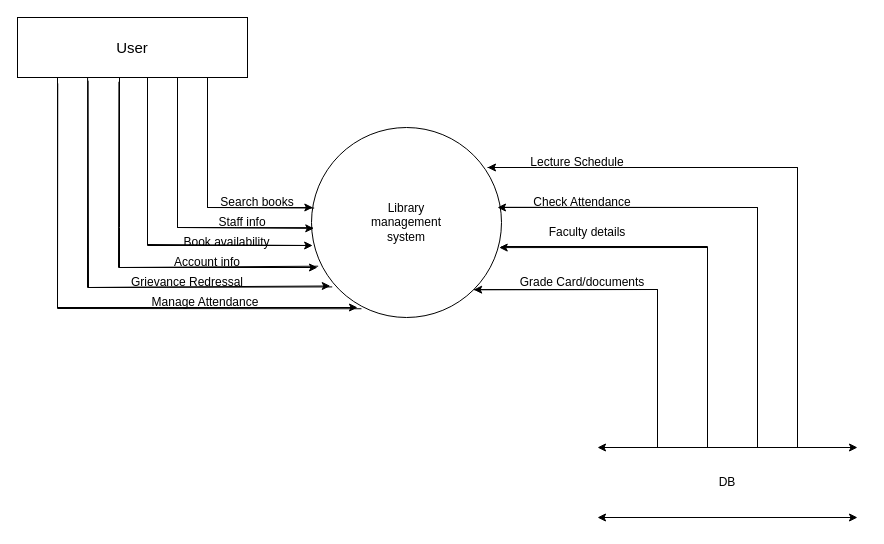
This is library_management_system.drawio from mdarslan7/sepm_lab_diagrams, a draw.io file, before an edit. Source tidied: cells renumbered, new cells numbered last; positions are measured from the earlier drawing's top-left corner, leaving out a move shared by most shapes. Both pictures are drawn from the tidied source at 100%, with x=0, y=0 at pixel (17, 17).
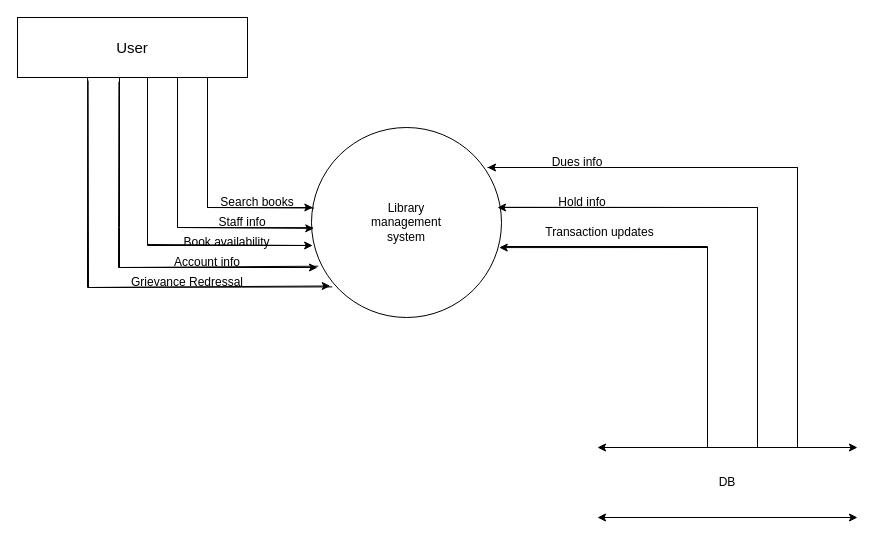
The same page after the edit.

The change refers to these unchanged cells:
```xml
<mxCell id="2" style="ellipse;whiteSpace=wrap;html=1;" parent="1" vertex="1">
  <mxGeometry x="294" y="110" width="190" height="190" as="geometry" />
</mxCell>
<mxCell id="4" value="&lt;font style=&quot;font-size: 15px;&quot;&gt;User&lt;/font&gt;" style="rounded=0;whiteSpace=wrap;html=1;" parent="1" vertex="1">
  <mxGeometry width="230" height="60" as="geometry" />
</mxCell>
```

What changed in the source:
```diff
@@
-    <mxCell id="11" style="endArrow=none;html=1;rounded=0;exitX=0.263;exitY=0.954;exitDx=0;exitDy=0;exitPerimeter=0;" parent="1" edge="1" source="2">
-      <mxGeometry relative="1" as="geometry">
-        <mxPoint x="40" y="60" as="targetPoint" />
-        <Array as="points">
-          <mxPoint x="40" y="291" />
-        </Array>
-      </mxGeometry>
-    </mxCell>
@@
-    <mxCell id="15" style="endArrow=none;html=1;rounded=0;entryX=1;entryY=1;entryDx=0;entryDy=0;" parent="1" edge="1" target="2">
-      <mxGeometry relative="1" as="geometry">
-        <mxPoint x="640" y="430" as="sourcePoint" />
-        <Array as="points">
-          <mxPoint x="640" y="272" />
-        </Array>
-      </mxGeometry>
-    </mxCell>
@@
-    <mxCell id="24" style="endArrow=classic;html=1;rounded=0;exitX=0.175;exitY=1.098;exitDx=0;exitDy=0;exitPerimeter=0;" parent="1" edge="1" source="4">
-      <mxGeometry relative="1" as="geometry">
-        <mxPoint x="340" y="290" as="targetPoint" />
-        <Array as="points">
-          <mxPoint x="40" y="290" />
-        </Array>
-      </mxGeometry>
-    </mxCell>
-    <mxCell id="25" style="endArrow=classic;html=1;rounded=0;entryX=1;entryY=1;entryDx=0;entryDy=0;" parent="1" edge="1" target="2">
-      <mxGeometry relative="1" as="geometry">
-        <mxPoint x="640" y="430" as="sourcePoint" />
-        <Array as="points">
-          <mxPoint x="640" y="272" />
-        </Array>
-      </mxGeometry>
-    </mxCell>
@@
-    <mxCell id="34" value="Manage Attendance" style="text;html=1;align=center;verticalAlign=middle;whiteSpace=wrap;rounded=0;" parent="1" vertex="1">
-      <mxGeometry x="130" y="270" width="116" height="30" as="geometry" />
-    </mxCell>
-    <mxCell id="35" value="Check Attendance" style="text;html=1;align=center;verticalAlign=middle;whiteSpace=wrap;rounded=0;" parent="1" vertex="1">
+    <mxCell id="35" value="Hold info" style="text;html=1;align=center;verticalAlign=middle;whiteSpace=wrap;rounded=0;" parent="1" vertex="1">
       <mxGeometry x="515" y="170" width="100" height="30" as="geometry" />
     </mxCell>
-    <mxCell id="36" value="Faculty details" style="text;html=1;align=center;verticalAlign=middle;whiteSpace=wrap;rounded=0;" parent="1" vertex="1">
-      <mxGeometry x="525" y="200" width="90" height="30" as="geometry" />
+    <mxCell id="36" value="Transaction updates" style="text;html=1;align=center;verticalAlign=middle;whiteSpace=wrap;rounded=0;" parent="1" vertex="1">
+      <mxGeometry x="525" y="200" width="115" height="30" as="geometry" />
     </mxCell>
-    <mxCell id="37" value="Lecture Schedule" style="text;html=1;align=center;verticalAlign=middle;whiteSpace=wrap;rounded=0;" parent="1" vertex="1">
+    <mxCell id="37" value="Dues info" style="text;html=1;align=center;verticalAlign=middle;whiteSpace=wrap;rounded=0;" parent="1" vertex="1">
       <mxGeometry x="505" y="130" width="110" height="30" as="geometry" />
     </mxCell>
-    <mxCell id="38" value="Grade Card/documents" style="text;html=1;align=center;verticalAlign=middle;whiteSpace=wrap;rounded=0;" parent="1" vertex="1">
-      <mxGeometry x="485" y="250" width="160" height="30" as="geometry" />
-    </mxCell>
```
